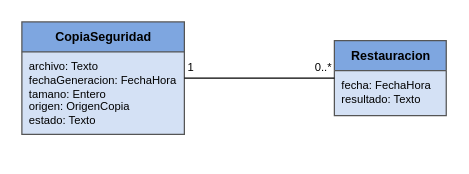
Above: page "SS11" (10 of 10) of docs/diseno/drawio/fuentes/SIG-CCR_Modelo_de_Dominio_v14.drawio in ivanthoux/sigccr (draw.io), before the change. Source tidied: cells renumbered, new cells numbered last; positions are measured from the earlier drawing's top-left corner, leaving out a move shared by most shapes. Both pictures are drawn from the tidied source at 125%, with x=0, y=0 at pixel (21, 21).
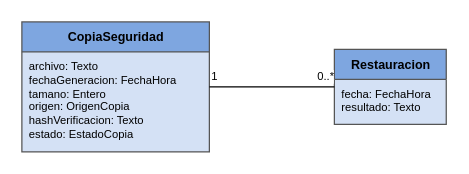
After the change.

Change to the diagram source:
```diff
@@
 <mxGraphModel>
   <root>
     <mxCell id="0" />
     <mxCell id="1" parent="0" />
     <mxCell id="2" value="CopiaSeguridad" style="swimlane;fontStyle=1;align=center;startSize=24;html=1;fillColor=#7EA6E0;swimlaneFillColor=#D4E1F5;strokeColor=#555555;fontSize=10;" parent="1" vertex="1">
-      <mxGeometry width="130" height="90" as="geometry" />
+      <mxGeometry width="150" height="104" as="geometry" />
     </mxCell>
-    <mxCell id="3" value="archivo: Texto&lt;br&gt;fechaGeneracion: FechaHora&lt;br&gt;tamano: Entero&lt;br&gt;origen: OrigenCopia&lt;br&gt;estado: Texto" style="text;html=1;align=left;verticalAlign=top;spacingLeft=4;fontSize=9;strokeColor=none;fillColor=none;" parent="2" vertex="1">
-      <mxGeometry y="24" width="116" height="50" as="geometry" />
+    <mxCell id="3" value="archivo: Texto&lt;br&gt;fechaGeneracion: FechaHora&lt;br&gt;tamano: Entero&lt;br&gt;origen: OrigenCopia&lt;br&gt;hashVerificacion: Texto&lt;br&gt;estado: EstadoCopia" style="text;html=1;align=left;verticalAlign=top;spacingLeft=4;fontSize=9;strokeColor=none;fillColor=none;" parent="2" vertex="1">
+      <mxGeometry y="24" width="140" height="74" as="geometry" />
     </mxCell>
     <mxCell id="4" value="Restauracion" style="swimlane;fontStyle=1;align=center;startSize=24;html=1;fillColor=#7EA6E0;swimlaneFillColor=#D4E1F5;strokeColor=#555555;fontSize=10;" parent="1" vertex="1">
-      <mxGeometry x="250" y="15" width="89.5" height="60" as="geometry" />
+      <mxGeometry x="250" y="22" width="89.5" height="60" as="geometry" />
     </mxCell>
     <mxCell id="5" value="fecha: FechaHora&lt;br&gt;resultado: Texto" style="text;html=1;align=left;verticalAlign=top;spacingLeft=4;fontSize=9;strokeColor=none;fillColor=none;" parent="4" vertex="1">
       <mxGeometry y="24" width="75" height="23" as="geometry" />
     </mxCell>
     <mxCell id="6" style="endArrow=none;html=1;edgeStyle=orthogonalEdgeStyle;rounded=0;fontSize=9;labelBackgroundColor=#FFFFFF;" parent="1" edge="1" source="2" target="4">
       <mxGeometry relative="1" as="geometry" />
     </mxCell>
     <mxCell id="7" value="1" style="edgeLabel;html=1;align=center;verticalAlign=middle;fontSize=9;labelBackgroundColor=#FFFFFF;" parent="6" vertex="1">
       <mxGeometry x="-0.85" relative="1" as="geometry">
         <mxPoint x="-5" y="-9" as="offset" />
       </mxGeometry>
     </mxCell>
     <mxCell id="8" value="0..*" style="edgeLabel;html=1;align=center;verticalAlign=middle;fontSize=9;labelBackgroundColor=#FFFFFF;" parent="6" vertex="1">
       <mxGeometry x="0.85" relative="1" as="geometry">
         <mxPoint x="-1" y="-9" as="offset" />
       </mxGeometry>
     </mxCell>
   </root>
 </mxGraphModel>
```
